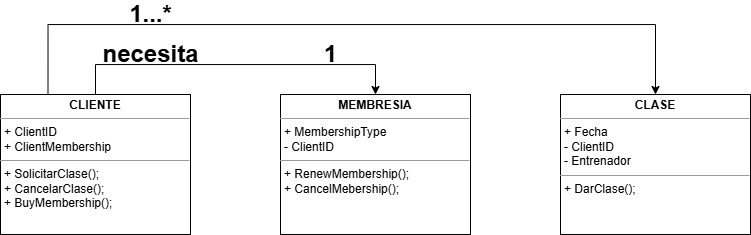
Before: Diagrama sin título.drawio.png, a diagram exported from draw.io (santiagoesdras/carrera-C-). Source tidied: cells renumbered, new cells last; positions are measured from the earlier drawing's top-left corner, leaving out a move shared by most shapes. Its diagram source:
```xml
<mxGraphModel>
  <root>
    <mxCell id="0" />
    <mxCell id="1" parent="0" />
    <mxCell id="2" style="edgeStyle=orthogonalEdgeStyle;rounded=0;jettySize=auto;html=1;exitX=0.5;exitY=0;exitDx=0;exitDy=0;entryX=0.5;entryY=0;entryDx=0;entryDy=0;" parent="1" edge="1" source="4" target="5">
      <mxGeometry relative="1" as="geometry">
        <Array as="points">
          <mxPoint x="95" y="60" />
          <mxPoint x="375" y="60" />
        </Array>
      </mxGeometry>
    </mxCell>
    <mxCell id="3" style="edgeStyle=orthogonalEdgeStyle;rounded=0;jettySize=auto;html=1;exitX=0.25;exitY=0;exitDx=0;exitDy=0;entryX=0.5;entryY=0;entryDx=0;entryDy=0;" parent="1" edge="1" source="4" target="6">
      <mxGeometry relative="1" as="geometry">
        <Array as="points">
          <mxPoint x="47" y="20" />
          <mxPoint x="655" y="20" />
        </Array>
      </mxGeometry>
    </mxCell>
    <mxCell id="4" value="&lt;p style=&quot;margin:0px;margin-top:4px;text-align:center;&quot;&gt;&lt;b&gt;CLIENTE&lt;/b&gt;&lt;/p&gt;&lt;hr size=&quot;1&quot;&gt;&lt;p style=&quot;margin:0px;margin-left:4px;&quot;&gt;+ ClientID&lt;br&gt;+ ClientMembership&lt;/p&gt;&lt;hr size=&quot;1&quot;&gt;&lt;p style=&quot;margin:0px;margin-left:4px;&quot;&gt;+ SolicitarClase();&lt;br&gt;+ CancelarClase();&lt;/p&gt;&lt;p style=&quot;margin:0px;margin-left:4px;&quot;&gt;+ BuyMembership();&lt;/p&gt;" style="verticalAlign=top;align=left;overflow=fill;fontSize=12;fontFamily=Helvetica;html=1;rounded=0;shadow=0;comic=0;labelBackgroundColor=none;strokeWidth=1;" parent="1" vertex="1">
      <mxGeometry y="90" width="190" height="140" as="geometry" />
    </mxCell>
    <mxCell id="5" value="&lt;p style=&quot;margin:0px;margin-top:4px;text-align:center;&quot;&gt;&lt;b&gt;MEMBRESIA&lt;/b&gt;&lt;/p&gt;&lt;hr size=&quot;1&quot;&gt;&lt;p style=&quot;margin:0px;margin-left:4px;&quot;&gt;+ MembershipType&lt;/p&gt;&lt;p style=&quot;margin:0px;margin-left:4px;&quot;&gt;- ClientID&lt;/p&gt;&lt;hr size=&quot;1&quot;&gt;&lt;p style=&quot;margin:0px;margin-left:4px;&quot;&gt;+ RenewMembership();&lt;br&gt;+ CancelMebership();&lt;/p&gt;" style="verticalAlign=top;align=left;overflow=fill;fontSize=12;fontFamily=Helvetica;html=1;rounded=0;shadow=0;comic=0;labelBackgroundColor=none;strokeWidth=1;" parent="1" vertex="1">
      <mxGeometry x="280" y="90" width="190" height="140" as="geometry" />
    </mxCell>
    <mxCell id="6" value="&lt;p style=&quot;margin:0px;margin-top:4px;text-align:center;&quot;&gt;&lt;b&gt;CLASE&lt;/b&gt;&lt;/p&gt;&lt;hr size=&quot;1&quot;&gt;&lt;p style=&quot;margin:0px;margin-left:4px;&quot;&gt;+ Fecha&lt;br&gt;- ClientID&lt;/p&gt;&lt;p style=&quot;margin:0px;margin-left:4px;&quot;&gt;- Entrenador&lt;/p&gt;&lt;hr size=&quot;1&quot;&gt;&lt;p style=&quot;margin:0px;margin-left:4px;&quot;&gt;+ DarClase();&lt;br&gt;&lt;/p&gt;" style="verticalAlign=top;align=left;overflow=fill;fontSize=12;fontFamily=Helvetica;html=1;rounded=0;shadow=0;comic=0;labelBackgroundColor=none;strokeWidth=1;" parent="1" vertex="1">
      <mxGeometry x="560" y="90" width="190" height="140" as="geometry" />
    </mxCell>
    <mxCell id="7" value="1...*" style="text;strokeColor=none;fillColor=none;html=1;fontSize=24;fontStyle=1;verticalAlign=middle;align=center;" parent="1" vertex="1">
      <mxGeometry x="120" width="60" height="20" as="geometry" />
    </mxCell>
    <mxCell id="8" value="1" style="text;strokeColor=none;fillColor=none;html=1;fontSize=24;fontStyle=1;verticalAlign=middle;align=center;" parent="1" vertex="1">
      <mxGeometry x="300" y="40" width="60" height="20" as="geometry" />
    </mxCell>
    <mxCell id="9" value="necesita" style="text;strokeColor=none;fillColor=none;html=1;fontSize=24;fontStyle=1;verticalAlign=middle;align=center;" parent="1" vertex="1">
      <mxGeometry x="120" y="40" width="60" height="20" as="geometry" />
    </mxCell>
  </root>
</mxGraphModel>
```
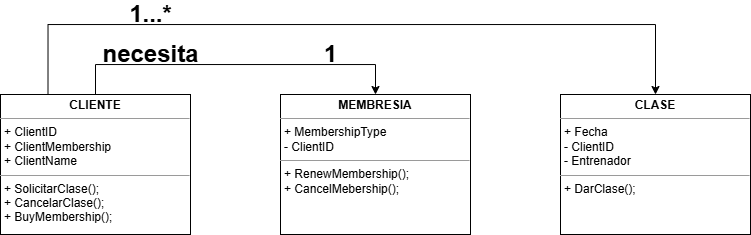
The same file after the commit.

Commit message:
Actualizar Diagrama Examen Final.png

The edit, as a diff of the source:
```diff
@@ -18,7 +18,7 @@
         </Array>
       </mxGeometry>
     </mxCell>
-    <mxCell id="4" value="&lt;p style=&quot;margin:0px;margin-top:4px;text-align:center;&quot;&gt;&lt;b&gt;CLIENTE&lt;/b&gt;&lt;/p&gt;&lt;hr size=&quot;1&quot;&gt;&lt;p style=&quot;margin:0px;margin-left:4px;&quot;&gt;+ ClientID&lt;br&gt;+ ClientMembership&lt;/p&gt;&lt;hr size=&quot;1&quot;&gt;&lt;p style=&quot;margin:0px;margin-left:4px;&quot;&gt;+ SolicitarClase();&lt;br&gt;+ CancelarClase();&lt;/p&gt;&lt;p style=&quot;margin:0px;margin-left:4px;&quot;&gt;+ BuyMembership();&lt;/p&gt;" style="verticalAlign=top;align=left;overflow=fill;fontSize=12;fontFamily=Helvetica;html=1;rounded=0;shadow=0;comic=0;labelBackgroundColor=none;strokeWidth=1;" parent="1" vertex="1">
+    <mxCell id="4" value="&lt;p style=&quot;margin:0px;margin-top:4px;text-align:center;&quot;&gt;&lt;b&gt;CLIENTE&lt;/b&gt;&lt;/p&gt;&lt;hr size=&quot;1&quot;&gt;&lt;p style=&quot;margin:0px;margin-left:4px;&quot;&gt;+ ClientID&lt;br&gt;+ ClientMembership&lt;/p&gt;&lt;p style=&quot;margin:0px;margin-left:4px;&quot;&gt;+ ClientName&lt;/p&gt;&lt;hr size=&quot;1&quot;&gt;&lt;p style=&quot;margin:0px;margin-left:4px;&quot;&gt;+ SolicitarClase();&lt;br&gt;+ CancelarClase();&lt;/p&gt;&lt;p style=&quot;margin:0px;margin-left:4px;&quot;&gt;+ BuyMembership();&lt;/p&gt;" style="verticalAlign=top;align=left;overflow=fill;fontSize=12;fontFamily=Helvetica;html=1;rounded=0;shadow=0;comic=0;labelBackgroundColor=none;strokeWidth=1;" parent="1" vertex="1">
       <mxGeometry y="90" width="190" height="140" as="geometry" />
     </mxCell>
     <mxCell id="5" value="&lt;p style=&quot;margin:0px;margin-top:4px;text-align:center;&quot;&gt;&lt;b&gt;MEMBRESIA&lt;/b&gt;&lt;/p&gt;&lt;hr size=&quot;1&quot;&gt;&lt;p style=&quot;margin:0px;margin-left:4px;&quot;&gt;+ MembershipType&lt;/p&gt;&lt;p style=&quot;margin:0px;margin-left:4px;&quot;&gt;- ClientID&lt;/p&gt;&lt;hr size=&quot;1&quot;&gt;&lt;p style=&quot;margin:0px;margin-left:4px;&quot;&gt;+ RenewMembership();&lt;br&gt;+ CancelMebership();&lt;/p&gt;" style="verticalAlign=top;align=left;overflow=fill;fontSize=12;fontFamily=Helvetica;html=1;rounded=0;shadow=0;comic=0;labelBackgroundColor=none;strokeWidth=1;" parent="1" vertex="1">
```
